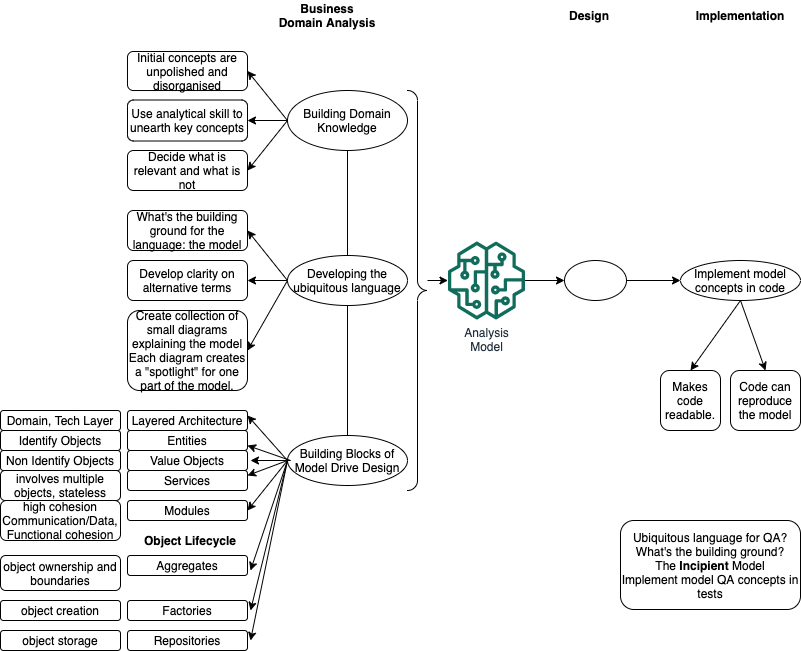
s-gurjit/diagrams keeps this draw.io diagram as domain-driven-design.png. Above is the earlier version. Source tidied: cells renumbered, new cells last; positions are measured from the earlier drawing's top-left corner, leaving out a move shared by most shapes.
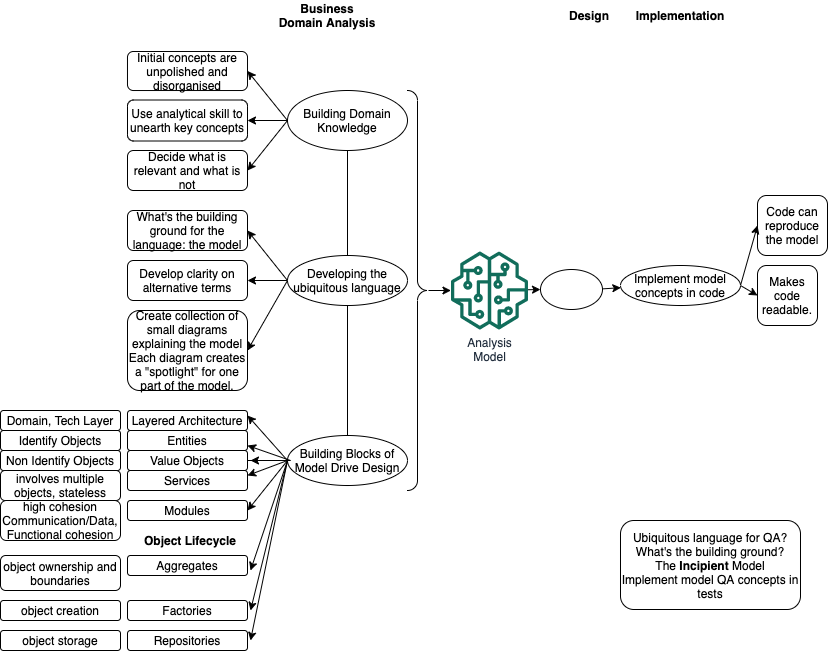
The same diagram one commit later.

The edit, as a diff of the source:
```diff
@@ -39,20 +39,16 @@
       <mxGeometry relative="1" as="geometry" />
     </mxCell>
     <mxCell id="14" value="Makes code readable." style="rounded=1;whiteSpace=wrap;html=1;" parent="1" vertex="1">
-      <mxGeometry x="660" y="370" width="60" height="60" as="geometry" />
+      <mxGeometry x="757" y="265" width="60" height="60" as="geometry" />
     </mxCell>
-    <mxCell id="15" style="endArrow=classic;html=1;exitX=0.5;exitY=1;exitDx=0;exitDy=0;" parent="1" edge="1" source="23">
-      <mxGeometry relative="1" as="geometry">
-        <mxPoint x="690" y="370" as="targetPoint" />
-      </mxGeometry>
+    <mxCell id="15" style="endArrow=classic;html=1;exitX=1;exitY=0.5;exitDx=0;exitDy=0;entryX=0;entryY=0.5;entryDx=0;entryDy=0;" parent="1" edge="1" source="23" target="14">
+      <mxGeometry relative="1" as="geometry" />
     </mxCell>
     <mxCell id="16" value="Code can reproduce the model" style="rounded=1;whiteSpace=wrap;html=1;" parent="1" vertex="1">
-      <mxGeometry x="730" y="370" width="70" height="60" as="geometry" />
+      <mxGeometry x="757" y="195" width="70" height="60" as="geometry" />
     </mxCell>
-    <mxCell id="17" style="endArrow=classic;html=1;exitX=0.5;exitY=1;exitDx=0;exitDy=0;" parent="1" edge="1" source="23">
-      <mxGeometry relative="1" as="geometry">
-        <mxPoint x="765" y="370" as="targetPoint" />
-      </mxGeometry>
+    <mxCell id="17" style="endArrow=classic;html=1;exitX=1;exitY=0.5;exitDx=0;exitDy=0;entryX=0;entryY=0.5;entryDx=0;entryDy=0;" parent="1" edge="1" source="23" target="16">
+      <mxGeometry relative="1" as="geometry" />
     </mxCell>
     <mxCell id="18" value="Create collection of small diagrams explaining the model&lt;br&gt;Each diagram creates a &quot;spotlight&quot; for one part of the model." style="rounded=1;whiteSpace=wrap;html=1;" parent="1" vertex="1">
       <mxGeometry x="127" y="310" width="120" height="80" as="geometry" />
@@ -60,10 +56,8 @@
     <mxCell id="19" style="endArrow=classic;html=1;exitX=0;exitY=0.5;exitDx=0;exitDy=0;entryX=1;entryY=0.5;entryDx=0;entryDy=0;" parent="1" edge="1" source="21" target="18">
       <mxGeometry relative="1" as="geometry" />
     </mxCell>
-    <mxCell id="20" style="edgeStyle=none;rounded=0;jettySize=auto;html=1;" parent="1" edge="1" target="27">
-      <mxGeometry relative="1" as="geometry">
-        <mxPoint x="427" y="280" as="sourcePoint" />
-      </mxGeometry>
+    <mxCell id="20" style="edgeStyle=none;rounded=0;jettySize=auto;html=1;exitX=0.5;exitY=-0.05;exitDx=0;exitDy=0;exitPerimeter=0;" parent="1" edge="1" source="39" target="27">
+      <mxGeometry relative="1" as="geometry" />
     </mxCell>
     <mxCell id="21" value="&lt;span&gt;Developing the ubiquitous language&lt;/span&gt;" style="ellipse;whiteSpace=wrap;html=1;" parent="1" vertex="1">
       <mxGeometry x="287" y="255" width="120" height="50" as="geometry" />
@@ -72,26 +66,29 @@
       <mxGeometry x="277" width="100" height="30" as="geometry" />
     </mxCell>
     <mxCell id="23" value="Implement model concepts in code" style="ellipse;whiteSpace=wrap;html=1;" parent="1" vertex="1">
-      <mxGeometry x="680" y="260" width="120" height="40" as="geometry" />
+      <mxGeometry x="620" y="265" width="120" height="40" as="geometry" />
     </mxCell>
     <mxCell id="24" value="Design" style="text;html=1;strokeColor=none;fillColor=none;align=center;verticalAlign=middle;whiteSpace=wrap;rounded=0;fontStyle=1;" parent="1" vertex="1">
       <mxGeometry x="564" width="50" height="30" as="geometry" />
     </mxCell>
     <mxCell id="25" value="Implementation" style="text;html=1;strokeColor=none;fillColor=none;align=center;verticalAlign=middle;whiteSpace=wrap;rounded=0;fontStyle=1;" parent="1" vertex="1">
-      <mxGeometry x="690" width="100" height="30" as="geometry" />
+      <mxGeometry x="630" width="100" height="30" as="geometry" />
     </mxCell>
     <mxCell id="26" style="edgeStyle=none;rounded=0;jettySize=auto;html=1;entryX=0;entryY=0.5;entryDx=0;entryDy=0;" parent="1" edge="1" source="27" target="29">
       <mxGeometry relative="1" as="geometry" />
     </mxCell>
     <mxCell id="27" value="Analysis&lt;br&gt;Model" style="outlineConnect=0;fontColor=#232F3E;gradientColor=none;fillColor=#116D5B;strokeColor=none;dashed=0;verticalLabelPosition=bottom;verticalAlign=top;align=center;html=1;fontSize=12;fontStyle=0;shape=mxgraph.aws4.sagemaker_model;" parent="1" vertex="1">
-      <mxGeometry x="447" y="241" width="78" height="78" as="geometry" />
+      <mxGeometry x="450" y="251" width="78" height="78" as="geometry" />
     </mxCell>
     <mxCell id="28" style="edgeStyle=none;rounded=0;jettySize=auto;html=1;" parent="1" edge="1" source="29" target="23">
       <mxGeometry relative="1" as="geometry" />
     </mxCell>
     <mxCell id="29" style="ellipse;whiteSpace=wrap;html=1;" parent="1" vertex="1">
-      <mxGeometry x="564" y="260" width="62" height="40" as="geometry" />
+      <mxGeometry x="540" y="269" width="62" height="40" as="geometry" />
     </mxCell>
+    <mxCell id="59" style="edgeStyle=orthogonalEdgeStyle;rounded=0;jettySize=auto;html=1;" parent="1" edge="1" source="30" target="34">
+      <mxGeometry relative="1" as="geometry" />
+    </mxCell>
     <mxCell id="30" value="&lt;span&gt;Building Blocks of Model Drive Design&lt;/span&gt;" style="ellipse;whiteSpace=wrap;html=1;" parent="1" vertex="1">
       <mxGeometry x="287" y="435" width="120" height="50" as="geometry" />
     </mxCell>
```
